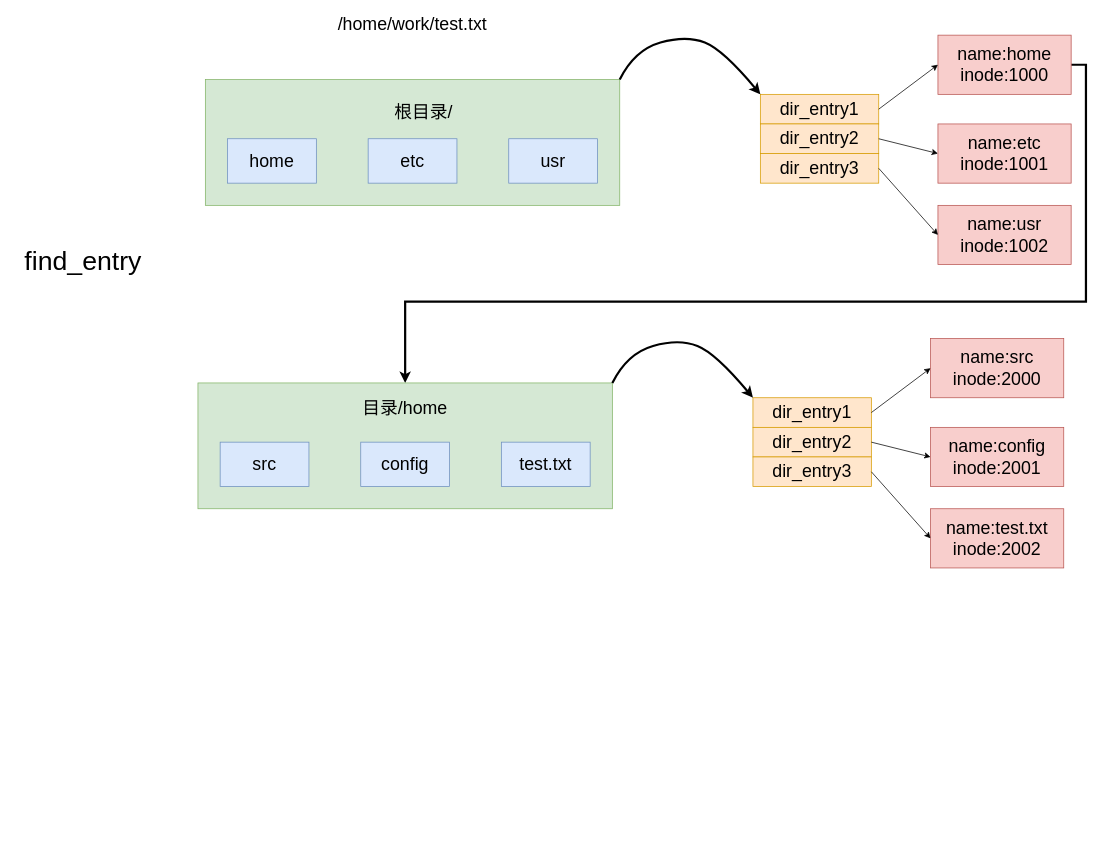
Above: blog/Linux/kernel/Linux-0.11/Linux-0.11-fs/namei/namei.drawio in zgjsxx/static-img-repo (draw.io), before the change. Source tidied: cells renumbered, new cells numbered last; positions are measured from the earlier drawing's top-left corner, leaving out a move shared by most shapes. Both pictures are drawn from the tidied source at 74%, with x=0, y=0 at pixel (13, 13).
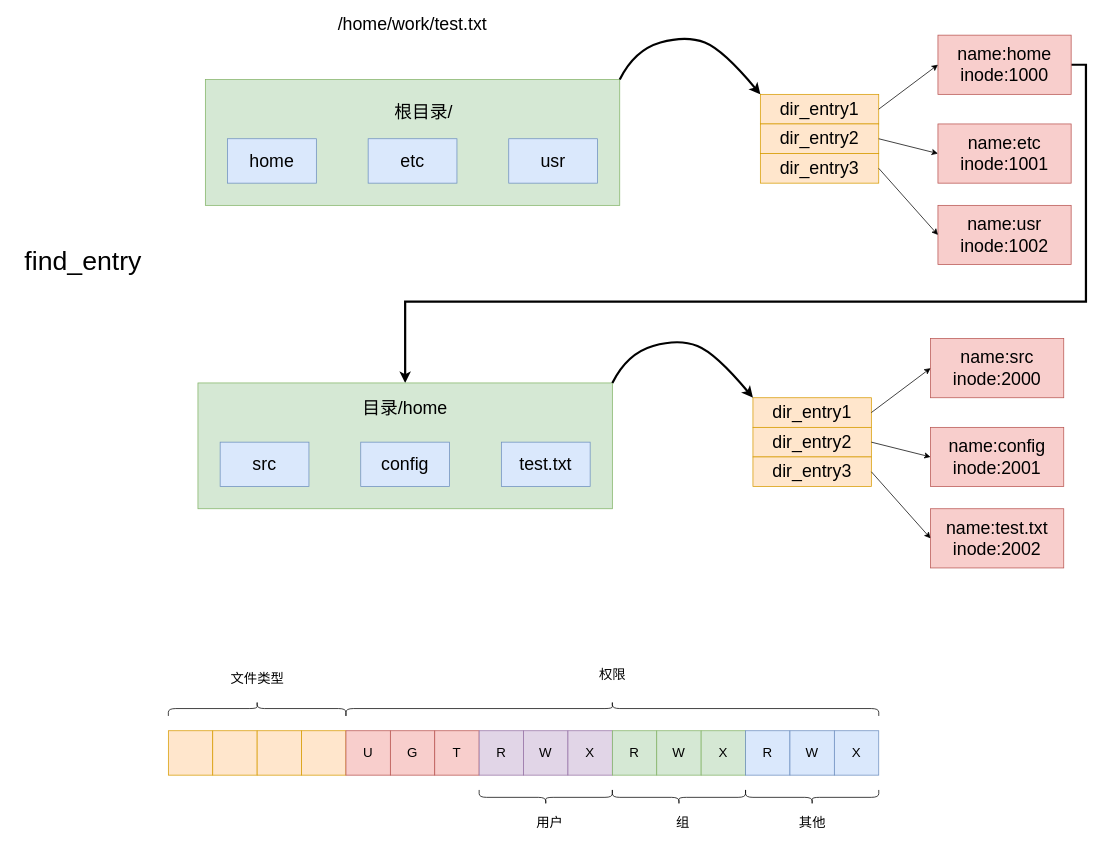
Above is the later version.

Change to the diagram source:
```diff
@@
+    <mxCell id="35" style="rounded=0;whiteSpace=wrap;html=1;fontSize=18;fillColor=#ffe6cc;strokeColor=#d79b00;" parent="1" vertex="1">
+      <mxGeometry x="210" y="970" width="60" height="60" as="geometry" />
+    </mxCell>
+    <mxCell id="36" style="rounded=0;whiteSpace=wrap;html=1;fontSize=18;fillColor=#ffe6cc;strokeColor=#d79b00;" parent="1" vertex="1">
+      <mxGeometry x="270" y="970" width="60" height="60" as="geometry" />
+    </mxCell>
+    <mxCell id="37" style="rounded=0;whiteSpace=wrap;html=1;fontSize=18;fillColor=#ffe6cc;strokeColor=#d79b00;" parent="1" vertex="1">
+      <mxGeometry x="330" y="970" width="60" height="60" as="geometry" />
+    </mxCell>
+    <mxCell id="38" style="rounded=0;whiteSpace=wrap;html=1;fontSize=18;fillColor=#ffe6cc;strokeColor=#d79b00;" parent="1" vertex="1">
+      <mxGeometry x="390" y="970" width="60" height="60" as="geometry" />
+    </mxCell>
+    <mxCell id="39" value="U" style="rounded=0;whiteSpace=wrap;html=1;fontSize=18;fillColor=#f8cecc;strokeColor=#b85450;" parent="1" vertex="1">
+      <mxGeometry x="450" y="970" width="60" height="60" as="geometry" />
+    </mxCell>
+    <mxCell id="40" value="G" style="rounded=0;whiteSpace=wrap;html=1;fontSize=18;fillColor=#f8cecc;strokeColor=#b85450;" parent="1" vertex="1">
+      <mxGeometry x="510" y="970" width="60" height="60" as="geometry" />
+    </mxCell>
+    <mxCell id="41" value="T" style="rounded=0;whiteSpace=wrap;html=1;fontSize=18;fillColor=#f8cecc;strokeColor=#b85450;" parent="1" vertex="1">
+      <mxGeometry x="570" y="970" width="60" height="60" as="geometry" />
+    </mxCell>
+    <mxCell id="42" value="R" style="rounded=0;whiteSpace=wrap;html=1;fontSize=18;fillColor=#e1d5e7;strokeColor=#9673a6;" parent="1" vertex="1">
+      <mxGeometry x="630" y="970" width="60" height="60" as="geometry" />
+    </mxCell>
+    <mxCell id="43" value="W" style="rounded=0;whiteSpace=wrap;html=1;fontSize=18;fillColor=#e1d5e7;strokeColor=#9673a6;" parent="1" vertex="1">
+      <mxGeometry x="690" y="970" width="60" height="60" as="geometry" />
+    </mxCell>
+    <mxCell id="44" value="X" style="rounded=0;whiteSpace=wrap;html=1;fontSize=18;fillColor=#e1d5e7;strokeColor=#9673a6;" parent="1" vertex="1">
+      <mxGeometry x="750" y="970" width="60" height="60" as="geometry" />
+    </mxCell>
+    <mxCell id="45" value="R" style="rounded=0;whiteSpace=wrap;html=1;fontSize=18;fillColor=#d5e8d4;strokeColor=#82b366;" parent="1" vertex="1">
+      <mxGeometry x="810" y="970" width="60" height="60" as="geometry" />
+    </mxCell>
+    <mxCell id="46" value="W" style="rounded=0;whiteSpace=wrap;html=1;fontSize=18;fillColor=#d5e8d4;strokeColor=#82b366;" parent="1" vertex="1">
+      <mxGeometry x="870" y="970" width="60" height="60" as="geometry" />
+    </mxCell>
+    <mxCell id="47" value="X" style="rounded=0;whiteSpace=wrap;html=1;fontSize=18;fillColor=#d5e8d4;strokeColor=#82b366;" parent="1" vertex="1">
+      <mxGeometry x="930" y="970" width="60" height="60" as="geometry" />
+    </mxCell>
+    <mxCell id="48" value="R" style="rounded=0;whiteSpace=wrap;html=1;fontSize=18;fillColor=#dae8fc;strokeColor=#6c8ebf;" parent="1" vertex="1">
+      <mxGeometry x="990" y="970" width="60" height="60" as="geometry" />
+    </mxCell>
+    <mxCell id="49" value="W" style="rounded=0;whiteSpace=wrap;html=1;fontSize=18;fillColor=#dae8fc;strokeColor=#6c8ebf;" parent="1" vertex="1">
+      <mxGeometry x="1050" y="970" width="60" height="60" as="geometry" />
+    </mxCell>
+    <mxCell id="50" value="X" style="rounded=0;whiteSpace=wrap;html=1;fontSize=18;fillColor=#dae8fc;strokeColor=#6c8ebf;" parent="1" vertex="1">
+      <mxGeometry x="1110" y="970" width="60" height="60" as="geometry" />
+    </mxCell>
+    <mxCell id="51" style="shape=curlyBracket;whiteSpace=wrap;html=1;rounded=1;fontSize=18;rotation=90;" parent="1" vertex="1">
+      <mxGeometry x="320" y="820" width="20" height="240" as="geometry" />
+    </mxCell>
+    <mxCell id="52" value="文件类型" style="text;html=1;align=center;verticalAlign=middle;fillColor=none;strokeColor=none;rounded=0;fontSize=18;" parent="1" vertex="1">
+      <mxGeometry x="285" y="885" width="90" height="30" as="geometry" />
+    </mxCell>
+    <mxCell id="53" style="shape=curlyBracket;whiteSpace=wrap;html=1;rounded=1;fontSize=18;rotation=90;" parent="1" vertex="1">
+      <mxGeometry x="800" y="580" width="20" height="720" as="geometry" />
+    </mxCell>
+    <mxCell id="54" value="权限" style="text;html=1;align=center;verticalAlign=middle;fillColor=none;strokeColor=none;rounded=0;fontSize=18;" parent="1" vertex="1">
+      <mxGeometry x="785" y="880" width="50" height="30" as="geometry" />
+    </mxCell>
+    <mxCell id="55" style="shape=curlyBracket;whiteSpace=wrap;html=1;rounded=1;fontSize=18;rotation=-90;" parent="1" vertex="1">
+      <mxGeometry x="710" y="970" width="20" height="180" as="geometry" />
+    </mxCell>
+    <mxCell id="56" style="shape=curlyBracket;whiteSpace=wrap;html=1;rounded=1;fontSize=18;rotation=-90;" parent="1" vertex="1">
+      <mxGeometry x="890" y="970" width="20" height="180" as="geometry" />
+    </mxCell>
+    <mxCell id="57" style="shape=curlyBracket;whiteSpace=wrap;html=1;rounded=1;fontSize=18;rotation=-90;" parent="1" vertex="1">
+      <mxGeometry x="1070" y="970" width="20" height="180" as="geometry" />
+    </mxCell>
+    <mxCell id="58" value="用户" style="text;html=1;align=center;verticalAlign=middle;fillColor=none;strokeColor=none;rounded=0;fontSize=18;" parent="1" vertex="1">
+      <mxGeometry x="700" y="1080" width="50" height="30" as="geometry" />
+    </mxCell>
+    <mxCell id="59" value="组" style="text;html=1;align=center;verticalAlign=middle;fillColor=none;strokeColor=none;rounded=0;fontSize=18;" parent="1" vertex="1">
+      <mxGeometry x="890" y="1080" width="30" height="30" as="geometry" />
+    </mxCell>
+    <mxCell id="60" value="其他" style="text;html=1;align=center;verticalAlign=middle;fillColor=none;strokeColor=none;rounded=0;fontSize=18;" parent="1" vertex="1">
+      <mxGeometry x="1055" y="1080" width="50" height="30" as="geometry" />
+    </mxCell>
```
